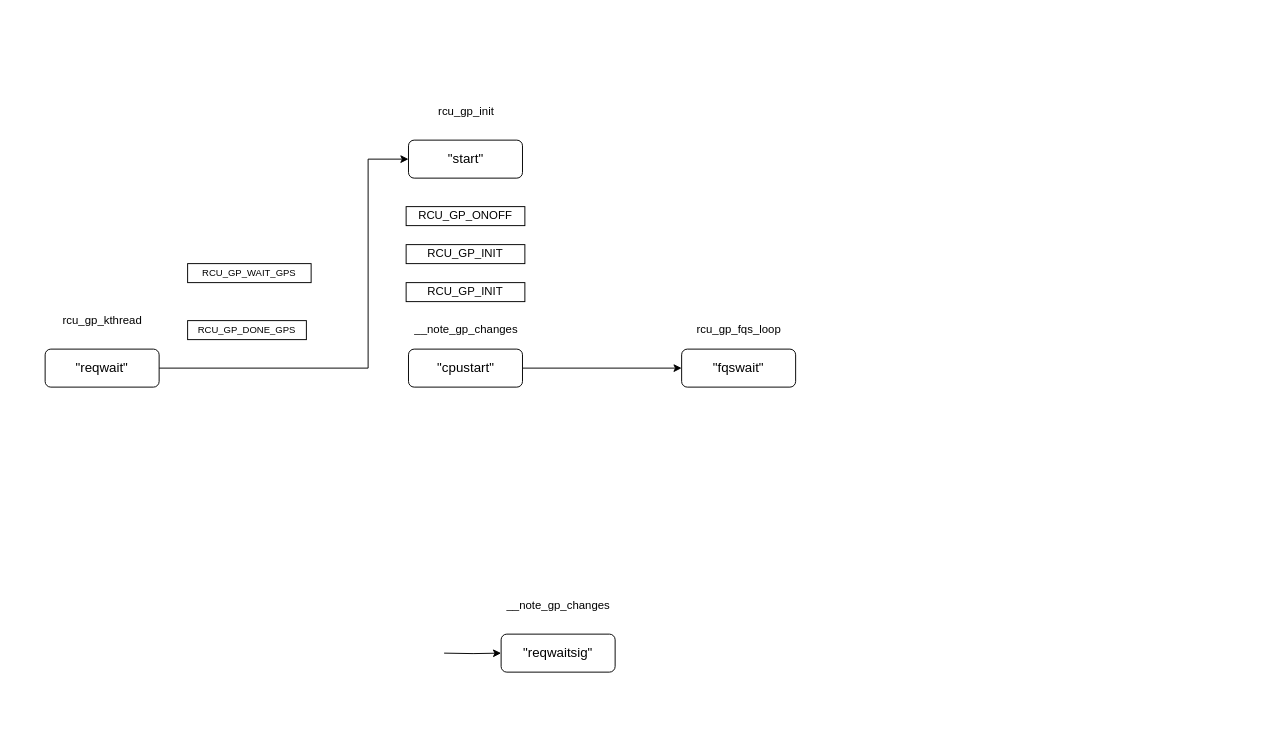
Before: rcu-gp-state.drawio in YanfeiXu/LinuxerYann, a draw.io diagram. Source tidied: cells renumbered, new cells numbered last; positions are measured from the earlier drawing's top-left corner, leaving out a move shared by most shapes. Both pictures are drawn from the tidied source at 95%, with x=0, y=0 at pixel (45, 102).
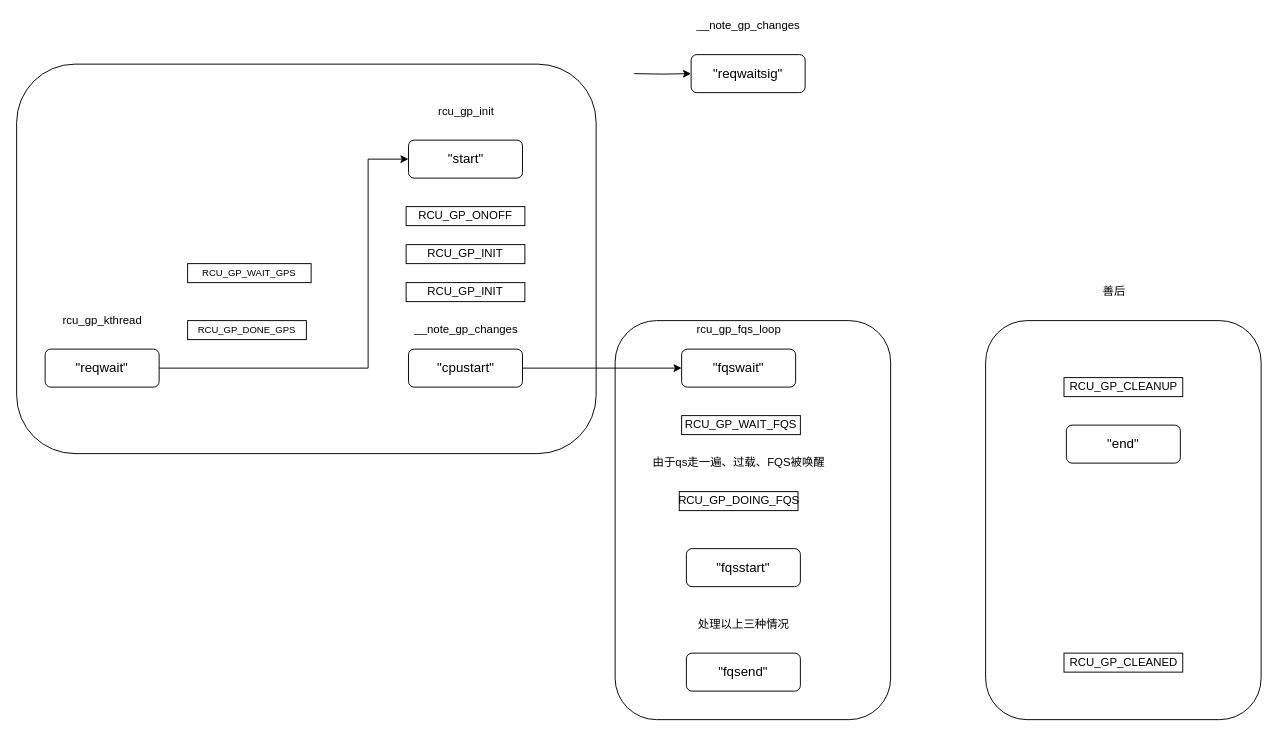
After the change.

What changed in the source:
```diff
@@
+    <mxCell id="20" style="rounded=1;whiteSpace=wrap;html=1;" parent="1" vertex="1">
+      <mxGeometry x="990" y="230" width="290" height="420" as="geometry" />
+    </mxCell>
+    <mxCell id="21" style="rounded=1;whiteSpace=wrap;html=1;" parent="1" vertex="1">
+      <mxGeometry x="600" y="230" width="290" height="420" as="geometry" />
+    </mxCell>
+    <mxCell id="22" style="rounded=1;whiteSpace=wrap;html=1;" parent="1" vertex="1">
+      <mxGeometry x="-30" y="-40" width="610" height="410" as="geometry" />
+    </mxCell>
@@
     <mxCell id="12" style="edgeStyle=orthogonalEdgeStyle;rounded=0;jettySize=auto;html=1;entryX=0;entryY=0.5;entryDx=0;entryDy=0;" parent="1" edge="1" target="16">
       <mxGeometry relative="1" as="geometry">
-        <mxPoint x="420" y="580" as="sourcePoint" />
+        <mxPoint x="620" y="-30" as="sourcePoint" />
       </mxGeometry>
     </mxCell>
@@
     <mxCell id="16" value="&lt;font style=&quot;font-size: 14px&quot;&gt;&quot;reqwaitsig&quot;&lt;/font&gt;" style="rounded=1;whiteSpace=wrap;html=1;" parent="1" vertex="1">
-      <mxGeometry x="480" y="560" width="120" height="40" as="geometry" />
+      <mxGeometry x="680" y="-50" width="120" height="40" as="geometry" />
     </mxCell>
     <mxCell id="17" value="__note_gp_changes" style="text;html=1;align=center;verticalAlign=middle;fillColor=none;strokeColor=none;rounded=0;" parent="1" vertex="1">
-      <mxGeometry x="480" y="520" width="120" height="20" as="geometry" />
+      <mxGeometry x="680" y="-90" width="120" height="20" as="geometry" />
     </mxCell>
@@
+    <mxCell id="23" value="&lt;font style=&quot;font-size: 14px&quot;&gt;&quot;fqsstart&quot;&lt;/font&gt;" style="rounded=1;whiteSpace=wrap;html=1;" parent="1" vertex="1">
+      <mxGeometry x="675" y="470" width="120" height="40" as="geometry" />
+    </mxCell>
+    <mxCell id="24" value="&lt;span style=&quot;font-size: 14px&quot;&gt;&quot;fqsend&quot;&lt;/span&gt;" style="rounded=1;whiteSpace=wrap;html=1;" parent="1" vertex="1">
+      <mxGeometry x="675" y="580" width="120" height="40" as="geometry" />
+    </mxCell>
+    <mxCell id="25" value="处理以上三种情况" style="text;html=1;align=center;verticalAlign=middle;fillColor=none;strokeColor=none;rounded=0;" parent="1" vertex="1">
+      <mxGeometry x="680" y="540" width="110" height="20" as="geometry" />
+    </mxCell>
+    <mxCell id="26" value="RCU_GP_WAIT_FQS" style="rounded=0;whiteSpace=wrap;html=1;" parent="1" vertex="1">
+      <mxGeometry x="670" y="330" width="125" height="20" as="geometry" />
+    </mxCell>
+    <mxCell id="27" value="RCU_GP_DOING_FQS" style="rounded=0;whiteSpace=wrap;html=1;" parent="1" vertex="1">
+      <mxGeometry x="667.5" y="410" width="125" height="20" as="geometry" />
+    </mxCell>
+    <mxCell id="28" value="由于qs走一遍、过载、FQS被唤醒" style="text;html=1;align=center;verticalAlign=middle;fillColor=none;strokeColor=none;rounded=0;" parent="1" vertex="1">
+      <mxGeometry x="635" y="370" width="190" height="20" as="geometry" />
+    </mxCell>
+    <mxCell id="29" value="RCU_GP_CLEANUP" style="rounded=0;whiteSpace=wrap;html=1;" parent="1" vertex="1">
+      <mxGeometry x="1072.5" y="290" width="125" height="20" as="geometry" />
+    </mxCell>
+    <mxCell id="30" value="RCU_GP_CLEANED" style="rounded=0;whiteSpace=wrap;html=1;" parent="1" vertex="1">
+      <mxGeometry x="1072.5" y="580" width="125" height="20" as="geometry" />
+    </mxCell>
+    <mxCell id="31" value="善后" style="text;html=1;align=center;verticalAlign=middle;fillColor=none;strokeColor=none;rounded=0;" parent="1" vertex="1">
+      <mxGeometry x="1105" y="190" width="40" height="20" as="geometry" />
+    </mxCell>
+    <mxCell id="32" value="&lt;font style=&quot;font-size: 14px&quot;&gt;&quot;end&quot;&lt;/font&gt;" style="rounded=1;whiteSpace=wrap;html=1;" parent="1" vertex="1">
+      <mxGeometry x="1075" y="340" width="120" height="40" as="geometry" />
+    </mxCell>
```
